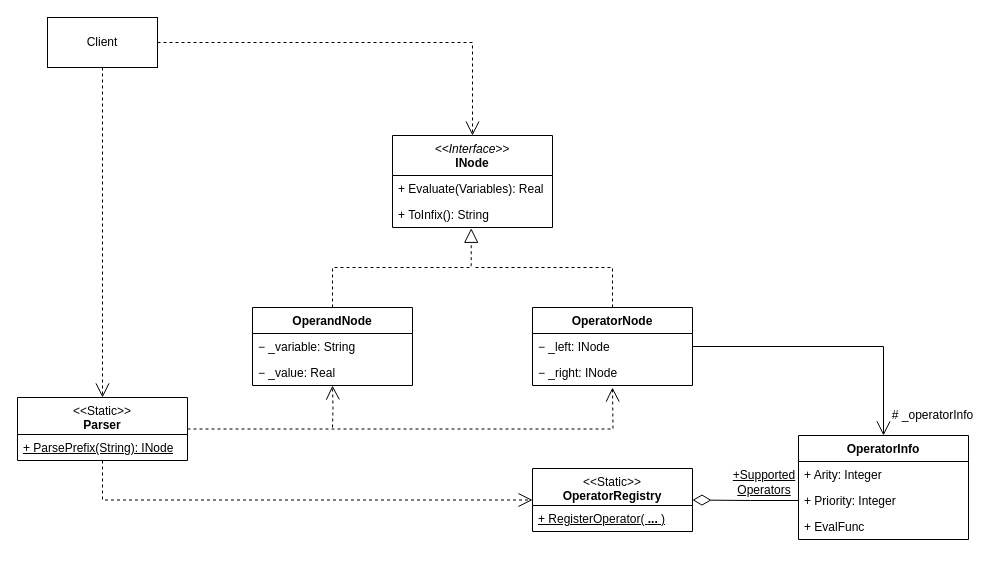
Earlier version of the draw.io diagram Lab_2/Lab_2.drawio (4lnULpGkuW/OOAD2). Source tidied: cells renumbered, new cells numbered last; positions are measured from the earlier drawing's top-left corner, leaving out a move shared by most shapes. Both pictures are drawn from the tidied source at 100%, with x=0, y=0 at pixel (17, 17).
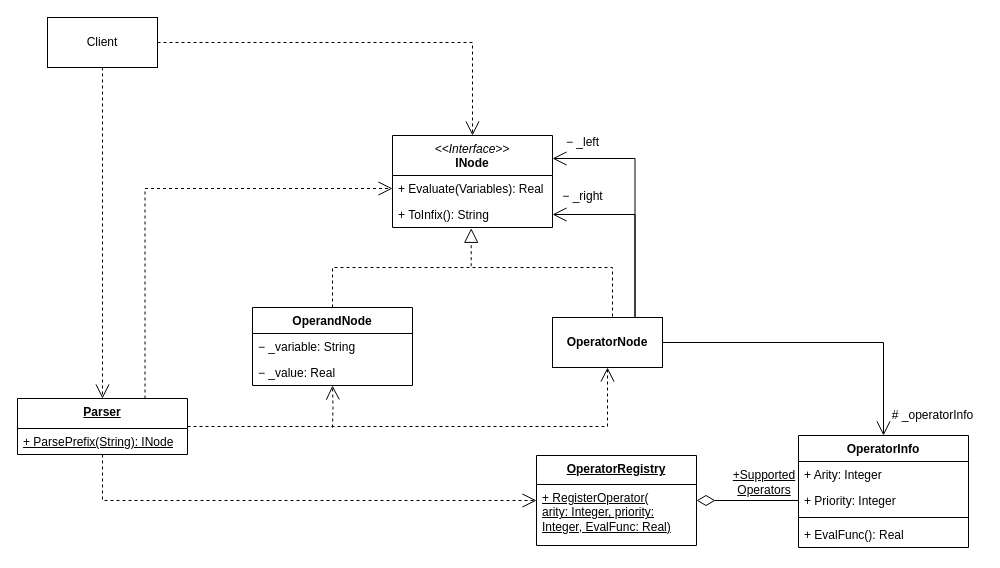
Above is the later version.

The change refers to these unchanged cells:
```xml
<mxCell id="2" value="&lt;i style=&quot;font-weight: 400;&quot;&gt;&amp;lt;&amp;lt;Interface&amp;gt;&amp;gt;&lt;br&gt;&lt;/i&gt;&lt;div&gt;INode&lt;/div&gt;" style="swimlane;fontStyle=1;align=center;verticalAlign=top;horizontal=1;startSize=40;whiteSpace=wrap;html=1;" parent="1" vertex="1">
  <mxGeometry x="375" y="118" width="160" height="92" as="geometry" />
</mxCell>
<mxCell id="3" value="+ Evaluate(Variables): Real" style="text;strokeColor=none;fillColor=none;align=left;verticalAlign=top;spacingLeft=4;spacingRight=4;overflow=hidden;points=[[0,0.5],[1,0.5]];portConstraint=eastwest;whiteSpace=wrap;html=1;" parent="2" vertex="1">
  <mxGeometry y="40" width="160" height="26" as="geometry" />
</mxCell>
<mxCell id="4" value="+ ToInfix(): String" style="text;strokeColor=none;fillColor=none;align=left;verticalAlign=top;spacingLeft=4;spacingRight=4;overflow=hidden;points=[[0,0.5],[1,0.5]];portConstraint=eastwest;whiteSpace=wrap;html=1;" parent="2" vertex="1">
  <mxGeometry y="66" width="160" height="26" as="geometry" />
</mxCell>
```

Diff of the diagram source:
```diff
@@
-    <mxCell id="9" value="OperatorNode" style="swimlane;fontStyle=1;align=center;verticalAlign=top;horizontal=1;startSize=26;whiteSpace=wrap;html=1;" parent="1" vertex="1">
-      <mxGeometry x="515" y="290" width="160" height="78" as="geometry" />
-    </mxCell>
-    <mxCell id="10" value="−&amp;nbsp;_left: INode" style="text;strokeColor=none;fillColor=none;align=left;verticalAlign=top;spacingLeft=4;spacingRight=4;overflow=hidden;points=[[0,0.5],[1,0.5]];portConstraint=eastwest;whiteSpace=wrap;html=1;" parent="9" vertex="1">
-      <mxGeometry y="26" width="160" height="26" as="geometry" />
-    </mxCell>
-    <mxCell id="11" value="−&amp;nbsp;_right: INode" style="text;strokeColor=none;fillColor=none;align=left;verticalAlign=top;spacingLeft=4;spacingRight=4;overflow=hidden;whiteSpace=wrap;html=1;" parent="9" vertex="1">
-      <mxGeometry y="52" width="160" height="26" as="geometry" />
-    </mxCell>
+    <mxCell id="31" style="edgeStyle=orthogonalEdgeStyle;rounded=0;jettySize=auto;html=1;exitX=0.75;exitY=0;exitDx=0;exitDy=0;entryX=1;entryY=0.5;entryDx=0;entryDy=0;endArrow=open;endFill=0;endSize=12;" parent="1" edge="1" source="9" target="4">
+      <mxGeometry relative="1" as="geometry" />
+    </mxCell>
+    <mxCell id="32" style="edgeStyle=orthogonalEdgeStyle;rounded=0;jettySize=auto;html=1;exitX=0.75;exitY=0;exitDx=0;exitDy=0;entryX=1;entryY=0.25;entryDx=0;entryDy=0;endSize=12;endArrow=open;endFill=0;" parent="1" edge="1" source="9" target="2">
+      <mxGeometry relative="1" as="geometry" />
+    </mxCell>
@@
     <mxCell id="13" style="endArrow=none;dashed=1;endFill=0;endSize=12;html=1;rounded=0;edgeStyle=orthogonalEdgeStyle;exitX=0.5;exitY=0;exitDx=0;exitDy=0;startFill=0;" parent="1" edge="1" source="9">
       <mxGeometry relative="1" as="geometry">
         <mxPoint x="455" y="250" as="targetPoint" />
         <Array as="points">
+          <mxPoint x="595" y="300" />
           <mxPoint x="595" y="250" />
         </Array>
       </mxGeometry>
     </mxCell>
-    <mxCell id="14" style="edgeStyle=orthogonalEdgeStyle;rounded=0;jettySize=auto;html=1;exitX=1;exitY=0.5;exitDx=0;exitDy=0;dashed=1;endArrow=open;endFill=0;endSize=12;" parent="1" edge="1" source="16">
-      <mxGeometry relative="1" as="geometry">
-        <mxPoint x="595" y="370" as="targetPoint" />
-      </mxGeometry>
+    <mxCell id="14" style="edgeStyle=orthogonalEdgeStyle;rounded=0;jettySize=auto;html=1;exitX=1;exitY=0.5;exitDx=0;exitDy=0;dashed=1;endArrow=open;endFill=0;endSize=12;entryX=0.5;entryY=1;entryDx=0;entryDy=0;" parent="1" edge="1" source="16" target="9">
+      <mxGeometry relative="1" as="geometry" />
     </mxCell>
@@
+    <mxCell id="33" style="edgeStyle=orthogonalEdgeStyle;rounded=0;jettySize=auto;html=1;exitX=0.75;exitY=0;exitDx=0;exitDy=0;entryX=0;entryY=0.5;entryDx=0;entryDy=0;dashed=1;endArrow=open;endFill=0;endSize=12;" parent="1" edge="1" source="16" target="3">
+      <mxGeometry relative="1" as="geometry" />
+    </mxCell>
-    <mxCell id="16" value="&lt;div&gt;&lt;span style=&quot;font-weight: 400;&quot;&gt;&amp;lt;&amp;lt;Static&amp;gt;&amp;gt;&lt;/span&gt;&lt;/div&gt;Parser" style="swimlane;fontStyle=1;align=center;verticalAlign=top;horizontal=1;startSize=37;whiteSpace=wrap;html=1;" parent="1" vertex="1">
-      <mxGeometry y="380" width="170" height="63" as="geometry" />
+    <mxCell id="16" value="&lt;div&gt;&lt;span style=&quot;background-color: transparent; color: light-dark(rgb(0, 0, 0), rgb(255, 255, 255));&quot;&gt;&lt;u&gt;Parser&lt;/u&gt;&lt;/span&gt;&lt;/div&gt;" style="swimlane;fontStyle=1;align=center;verticalAlign=top;horizontal=1;startSize=30;whiteSpace=wrap;html=1;" parent="1" vertex="1">
+      <mxGeometry y="381" width="170" height="56" as="geometry" />
     </mxCell>
     <mxCell id="17" value="+ ParsePrefix(String): INode" style="text;strokeColor=none;fillColor=none;align=left;verticalAlign=top;spacingLeft=4;spacingRight=4;overflow=hidden;whiteSpace=wrap;html=1;fontStyle=4;" parent="16" vertex="1">
-      <mxGeometry y="37" width="170" height="26" as="geometry" />
+      <mxGeometry y="30" width="170" height="26" as="geometry" />
     </mxCell>
@@
     <mxCell id="21" value="OperatorInfo" style="swimlane;fontStyle=1;align=center;verticalAlign=top;horizontal=1;startSize=26;whiteSpace=wrap;html=1;" parent="1" vertex="1">
-      <mxGeometry x="781" y="418" width="170" height="104" as="geometry" />
+      <mxGeometry x="781" y="418" width="170" height="112" as="geometry" />
     </mxCell>
@@
+    <mxCell id="34" style="line;strokeWidth=1;fillColor=none;align=left;verticalAlign=middle;spacingTop=-1;spacingLeft=3;spacingRight=3;labelPosition=right;strokeColor=inherit;" parent="21" vertex="1">
+      <mxGeometry y="78" width="170" height="8" as="geometry" />
+    </mxCell>
-    <mxCell id="24" value="+ EvalFunc" style="text;strokeColor=none;fillColor=none;align=left;verticalAlign=top;spacingLeft=4;spacingRight=4;overflow=hidden;whiteSpace=wrap;html=1;" parent="21" vertex="1">
-      <mxGeometry y="78" width="170" height="26" as="geometry" />
+    <mxCell id="24" value="+ EvalFunc(): Real" style="text;strokeColor=none;fillColor=none;align=left;verticalAlign=top;spacingLeft=4;spacingRight=4;overflow=hidden;whiteSpace=wrap;html=1;" parent="21" vertex="1">
+      <mxGeometry y="86" width="170" height="26" as="geometry" />
     </mxCell>
-    <mxCell id="25" value="&lt;div&gt;&lt;span style=&quot;font-weight: 400;&quot;&gt;&amp;lt;&amp;lt;Static&amp;gt;&amp;gt;&lt;/span&gt;&lt;b&gt;&lt;/b&gt;&lt;/div&gt;&lt;b&gt;OperatorRegistry&lt;/b&gt;" style="swimlane;fontStyle=1;align=center;verticalAlign=top;horizontal=1;startSize=37;whiteSpace=wrap;html=1;" parent="1" vertex="1">
-      <mxGeometry x="515" y="451" width="160" height="63" as="geometry" />
+    <mxCell id="25" value="&lt;div&gt;&lt;b style=&quot;background-color: transparent; color: light-dark(rgb(0, 0, 0), rgb(255, 255, 255));&quot;&gt;&lt;u&gt;OperatorRegistry&lt;/u&gt;&lt;/b&gt;&lt;/div&gt;" style="swimlane;fontStyle=1;align=center;verticalAlign=top;horizontal=1;startSize=29;whiteSpace=wrap;html=1;" parent="1" vertex="1">
+      <mxGeometry x="519" y="438" width="160" height="90" as="geometry" />
     </mxCell>
-    <mxCell id="26" value="&lt;u&gt;+&amp;nbsp;RegisterOperator( &lt;b&gt;...&lt;/b&gt; )&lt;/u&gt;" style="text;strokeColor=none;fillColor=none;align=left;verticalAlign=top;spacingLeft=4;spacingRight=4;overflow=hidden;whiteSpace=wrap;html=1;" parent="25" vertex="1">
-      <mxGeometry y="37" width="160" height="26" as="geometry" />
+    <mxCell id="26" value="&lt;u&gt;+&amp;nbsp;RegisterOperator(&lt;/u&gt;&lt;div&gt;&lt;u&gt;arity: Integer, priority: Integer,&amp;nbsp;&lt;span style=&quot;background-color: transparent; color: light-dark(rgb(0, 0, 0), rgb(255, 255, 255));&quot;&gt;EvalFunc: Real&lt;/span&gt;&lt;span style=&quot;background-color: transparent; color: light-dark(rgb(0, 0, 0), rgb(255, 255, 255));&quot;&gt;)&lt;/span&gt;&lt;/u&gt;&lt;/div&gt;" style="text;strokeColor=none;fillColor=none;align=left;verticalAlign=top;spacingLeft=4;spacingRight=4;overflow=hidden;whiteSpace=wrap;html=1;" parent="25" vertex="1">
+      <mxGeometry y="29" width="160" height="61" as="geometry" />
     </mxCell>
@@
-    <mxCell id="29" style="edgeStyle=orthogonalEdgeStyle;rounded=0;jettySize=auto;html=1;exitX=1;exitY=0.5;exitDx=0;exitDy=0;entryX=0.5;entryY=0;entryDx=0;entryDy=0;endArrow=open;endFill=0;endSize=12;" parent="1" edge="1" source="10" target="21">
+    <mxCell id="29" style="edgeStyle=orthogonalEdgeStyle;rounded=0;jettySize=auto;html=1;exitX=1;exitY=0.5;exitDx=0;exitDy=0;entryX=0.5;entryY=0;entryDx=0;entryDy=0;endArrow=open;endFill=0;endSize=12;" parent="1" edge="1" source="9" target="21">
       <mxGeometry relative="1" as="geometry" />
     </mxCell>
@@
+    <mxCell id="35" value="&lt;span style=&quot;text-align: left; text-wrap-mode: wrap;&quot;&gt;−&amp;nbsp;_left&lt;/span&gt;" style="text;html=1;align=center;verticalAlign=middle;strokeColor=none;fillColor=none;" parent="1" vertex="1">
+      <mxGeometry x="535" y="110" width="60" height="30" as="geometry" />
+    </mxCell>
+    <mxCell id="36" value="&lt;span style=&quot;text-align: left; text-wrap-mode: wrap;&quot;&gt;−&amp;nbsp;_right&lt;/span&gt;" style="text;html=1;align=center;verticalAlign=middle;strokeColor=none;fillColor=none;" parent="1" vertex="1">
+      <mxGeometry x="535" y="164" width="60" height="30" as="geometry" />
+    </mxCell>
+    <mxCell id="9" value="&lt;span style=&quot;font-weight: 700;&quot;&gt;OperatorNode&lt;/span&gt;" style="html=1;whiteSpace=wrap;" parent="1" vertex="1">
+      <mxGeometry x="535" y="300" width="110" height="50" as="geometry" />
+    </mxCell>
```
